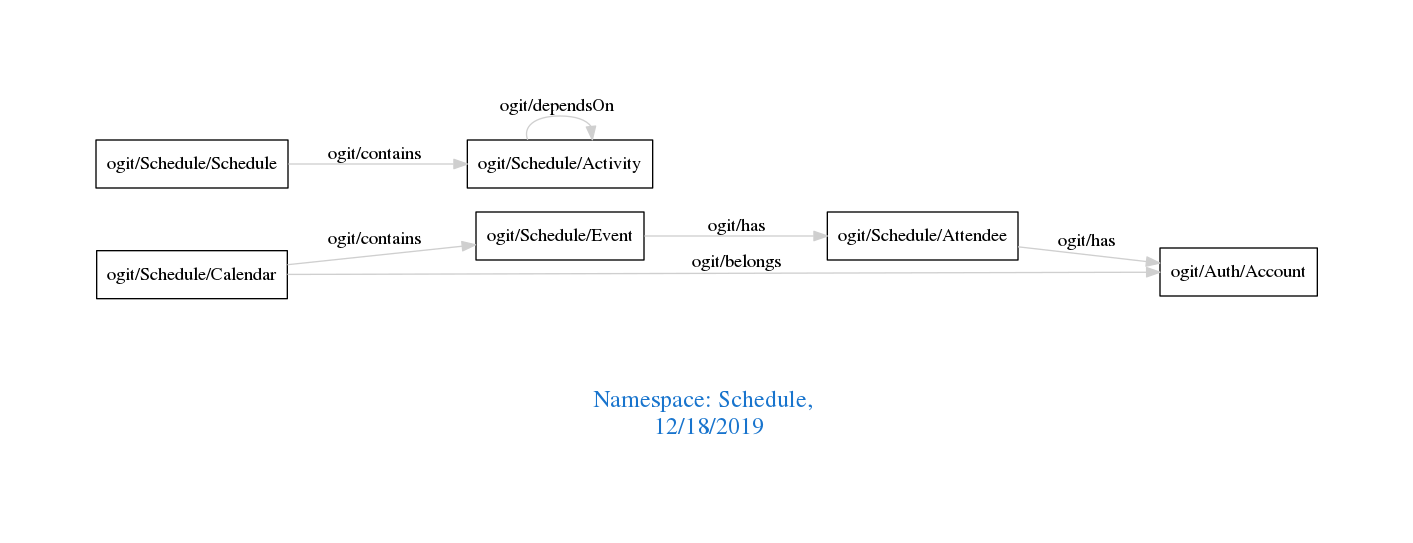
The Graphviz diagram downloads/Schedule.png in arago/OGIT, before a commit. Its source is kept beside it as downloads/Schedule.dot.
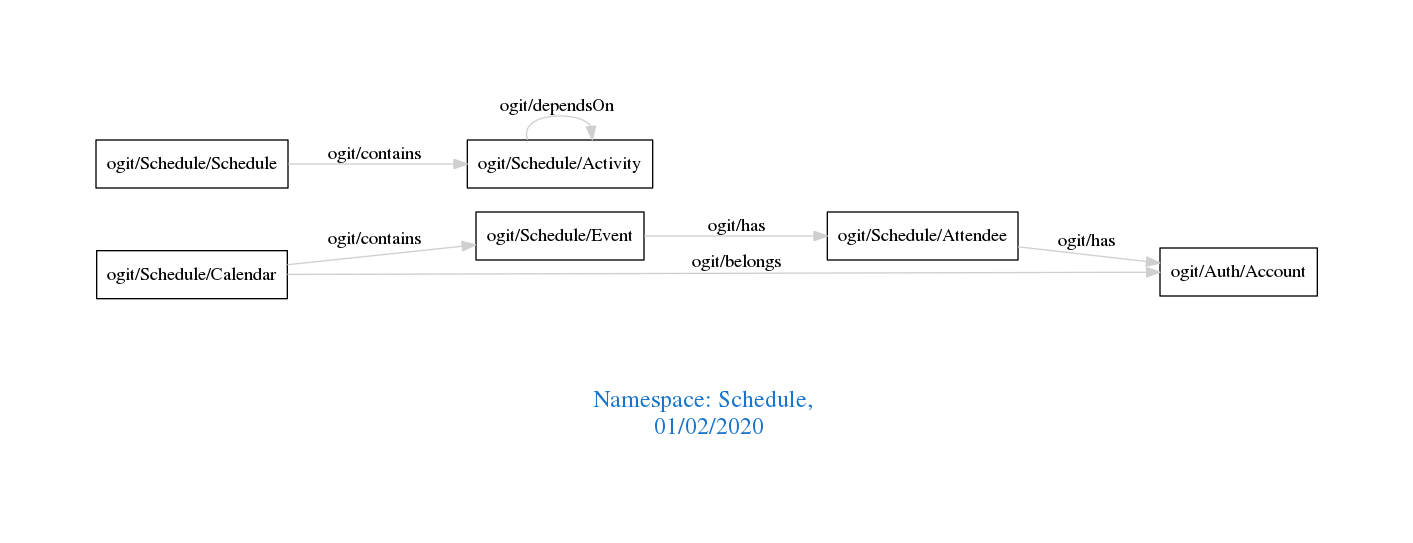
After the change.

Diff of the diagram source:
```diff
@@ -1,7 +1,7 @@
 digraph OGIT_ontology {
  graph [ rankdir= LR,pad=1
 fontsize = 18,
-fontcolor= dodgerblue3,label = "\n\n\nNamespace: Schedule, \n 12/18/2019"];
+fontcolor= dodgerblue3,label = "\n\n\nNamespace: Schedule, \n 01/02/2020"];
 node[shape=polygon];
 edge [  color="gray81"];
 
```
